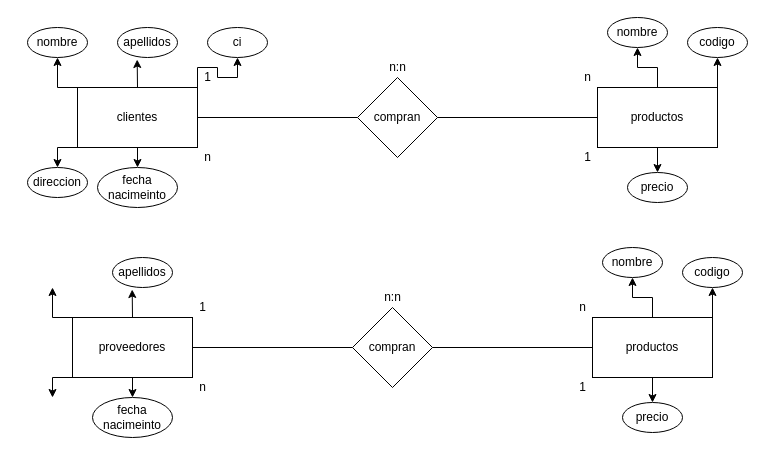
Kevs256/Universidad keeps this draw.io diagram as Untitled Diagram.drawio. Above is the earlier version. Source tidied: cells renumbered, new cells numbered last; positions are measured from the earlier drawing's top-left corner, leaving out a move shared by most shapes. Both pictures are drawn from the tidied source at 100%, with x=0, y=0 at pixel (27, 17).
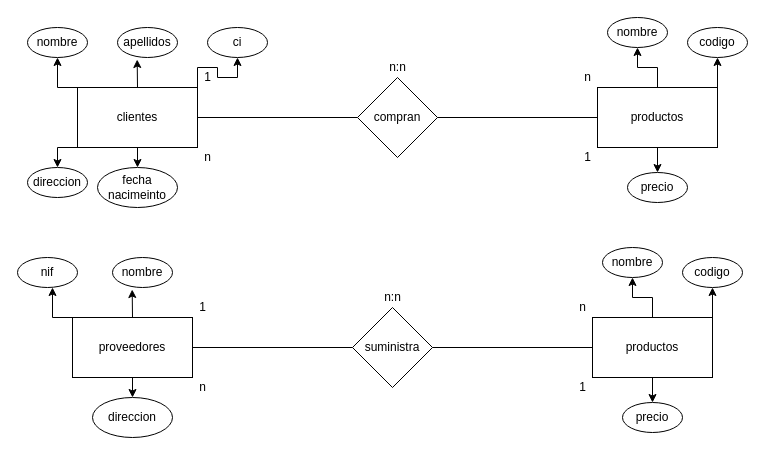
After the change.

Unchanged cells that the change refers to:
```xml
<mxCell id="33" value="proveedores" style="rounded=0;whiteSpace=wrap;html=1;" parent="1" vertex="1">
  <mxGeometry x="45" y="300" width="120" height="60" as="geometry" />
</mxCell>
```

What changed in the source:
```diff
@@
-    <mxCell id="28" value="compran" style="rhombus;whiteSpace=wrap;html=1;" parent="1" vertex="1">
+    <mxCell id="28" value="suministra" style="rhombus;whiteSpace=wrap;html=1;" parent="1" vertex="1">
       <mxGeometry x="325" y="290" width="80" height="80" as="geometry" />
     </mxCell>
@@
-    <mxCell id="32" style="edgeStyle=orthogonalEdgeStyle;rounded=0;jettySize=auto;html=1;exitX=0;exitY=1;exitDx=0;exitDy=0;entryX=0.5;entryY=0;entryDx=0;entryDy=0;" parent="1" edge="1" source="33">
-      <mxGeometry relative="1" as="geometry">
-        <mxPoint x="25" y="380" as="targetPoint" />
-      </mxGeometry>
-    </mxCell>
@@
-    <mxCell id="47" value="fecha nacimeinto" style="ellipse;whiteSpace=wrap;html=1;" parent="1" vertex="1">
+    <mxCell id="47" value="direccion" style="ellipse;whiteSpace=wrap;html=1;" parent="1" vertex="1">
       <mxGeometry x="65" y="380" width="80" height="40" as="geometry" />
     </mxCell>
-    <mxCell id="48" value="apellidos" style="ellipse;whiteSpace=wrap;html=1;" parent="1" vertex="1">
+    <mxCell id="48" value="nombre" style="ellipse;whiteSpace=wrap;html=1;" parent="1" vertex="1">
       <mxGeometry x="85" y="240" width="60" height="30" as="geometry" />
     </mxCell>
@@
+    <mxCell id="50" value="nif" style="ellipse;whiteSpace=wrap;html=1;" parent="1" vertex="1">
+      <mxGeometry x="-10" y="240" width="60" height="30" as="geometry" />
+    </mxCell>
```
